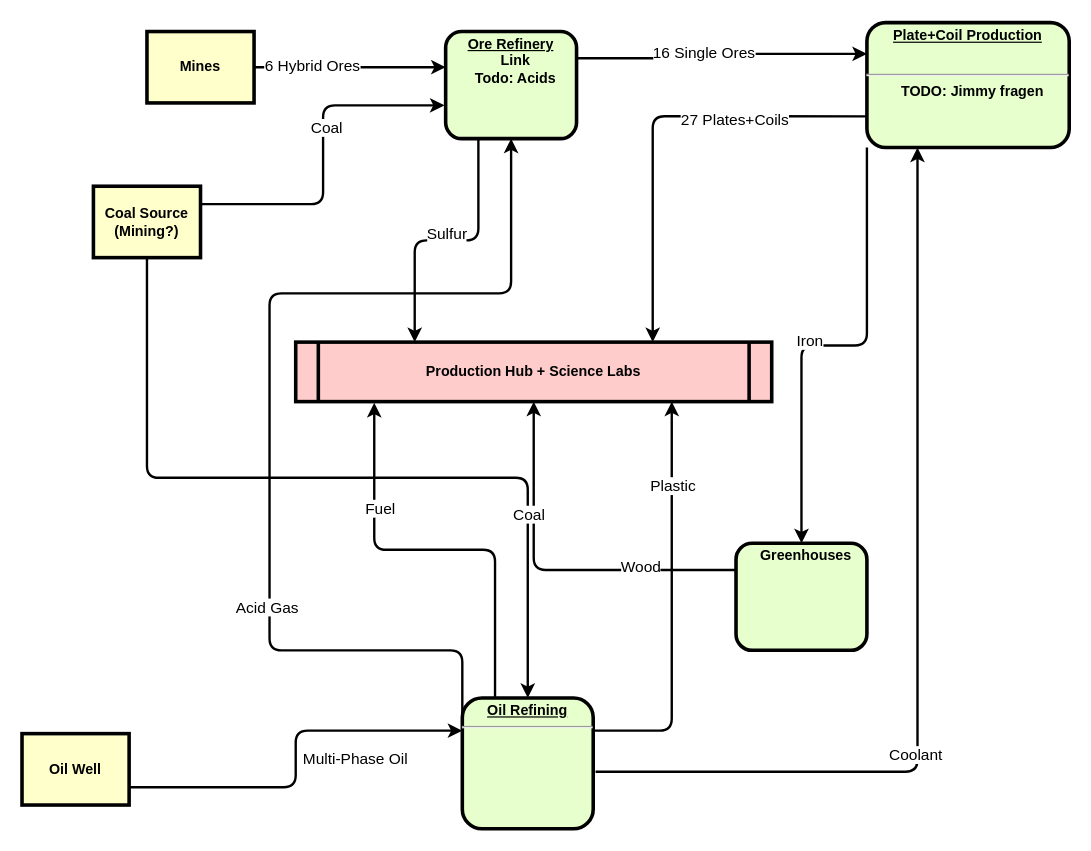
Before: Factory_Main.drawio in monomosc/diagrams, a draw.io diagram. Source tidied: cells renumbered, new cells numbered last; positions are measured from the earlier drawing's top-left corner, leaving out a move shared by most shapes. Both pictures are drawn from the tidied source at 119%, with x=0, y=0 at pixel (21, 21).
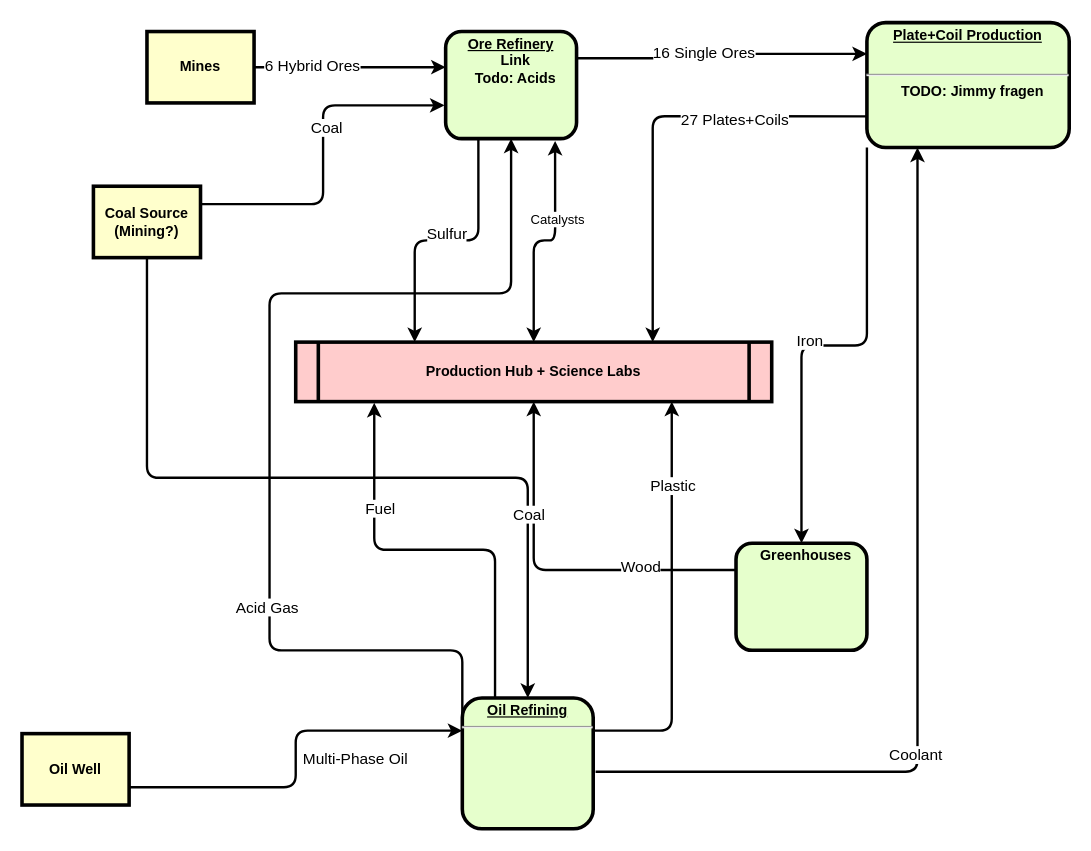
Above is the later version.

The change refers to these unchanged cells:
```xml
<mxCell id="4" value="&lt;p style=&quot;margin: 0px ; margin-top: 4px ; text-align: center ; text-decoration: underline&quot;&gt;&lt;strong&gt;Ore Refinery&lt;/strong&gt;&lt;/p&gt;&lt;p style=&quot;margin: 0px ; margin-left: 8px&quot;&gt;Link&lt;/p&gt;&lt;p style=&quot;margin: 0px ; margin-left: 8px&quot;&gt;Todo: Acids&lt;/p&gt;" style="verticalAlign=middle;align=center;overflow=fill;fontSize=12;fontFamily=Helvetica;html=1;rounded=1;fontStyle=1;strokeWidth=3;fillColor=#E6FFCC;" parent="1" vertex="1">
  <mxGeometry x="356" y="8" width="110" height="90" as="geometry" />
</mxCell>
<mxCell id="6" value="Production Hub + Science Labs" style="shape=process;whiteSpace=wrap;align=center;verticalAlign=middle;size=0.0475;fontStyle=1;strokeWidth=3;fillColor=#FFCCCC;" parent="1" vertex="1">
  <mxGeometry x="230" y="269" width="400" height="50" as="geometry" />
</mxCell>
<mxCell id="23" value="&lt;p style=&quot;margin: 0px ; margin-top: 4px ; text-align: center ; text-decoration: underline&quot;&gt;&lt;strong&gt;Oil Refining&lt;/strong&gt;&lt;/p&gt;&lt;hr&gt;&lt;p style=&quot;margin: 0px ; margin-left: 8px&quot;&gt;&lt;br&gt;&lt;/p&gt;" style="verticalAlign=middle;align=center;overflow=fill;fontSize=12;fontFamily=Helvetica;html=1;rounded=1;fontStyle=1;strokeWidth=3;fillColor=#E6FFCC;" parent="1" vertex="1">
  <mxGeometry x="370" y="568" width="110" height="110" as="geometry" />
</mxCell>
```

Diff of the diagram source:
```diff
@@
+    <mxCell id="36" style="edgeStyle=orthogonalEdgeStyle;rounded=1;jettySize=auto;html=1;exitX=0.5;exitY=0;exitDx=0;exitDy=0;entryX=0.836;entryY=1.022;entryDx=0;entryDy=0;entryPerimeter=0;strokeWidth=2;jumpStyle=none;startArrow=classic;startFill=1;" parent="1" edge="1" source="6" target="4">
+      <mxGeometry relative="1" as="geometry" />
+    </mxCell>
+    <mxCell id="37" value="Catalysts" style="edgeLabel;html=1;align=center;verticalAlign=middle;" parent="36" vertex="1">
+      <mxGeometry x="0.29" y="-2" relative="1" as="geometry" />
+    </mxCell>
@@
-    <mxCell id="17" style="edgeStyle=orthogonalEdgeStyle;rounded=1;jettySize=auto;html=1;exitX=0;exitY=0.75;exitDx=0;exitDy=0;strokeColor=#000000;strokeWidth=2;fontSize=13;" parent="1" edge="1" source="23" target="4">
+    <mxCell id="17" style="edgeStyle=orthogonalEdgeStyle;rounded=1;jettySize=auto;html=1;exitX=0;exitY=0.75;exitDx=0;exitDy=0;strokeColor=#000000;strokeWidth=2;fontSize=13;jumpStyle=none;" parent="1" edge="1" source="23" target="4">
       <mxGeometry relative="1" as="geometry">
         <Array as="points">
           <mxPoint x="370" y="528" />
           <mxPoint x="208" y="528" />
           <mxPoint x="208" y="228" />
           <mxPoint x="411" y="228" />
         </Array>
       </mxGeometry>
     </mxCell>
```
